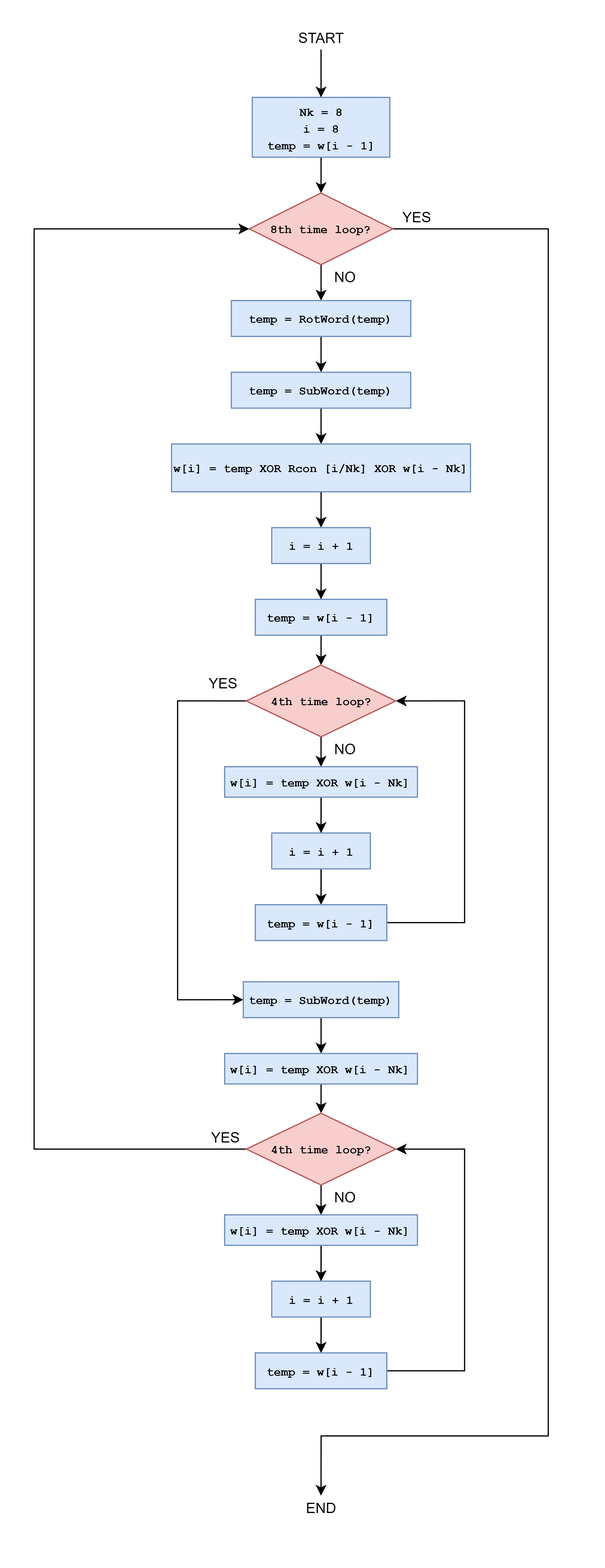
The draw.io diagram Diagrams/Key Expansion Algorithm.png in hohaicongthuan/Project-1, before a commit. Source tidied: cells renumbered, new cells last; positions are measured from the earlier drawing's top-left corner, leaving out a move shared by most shapes.
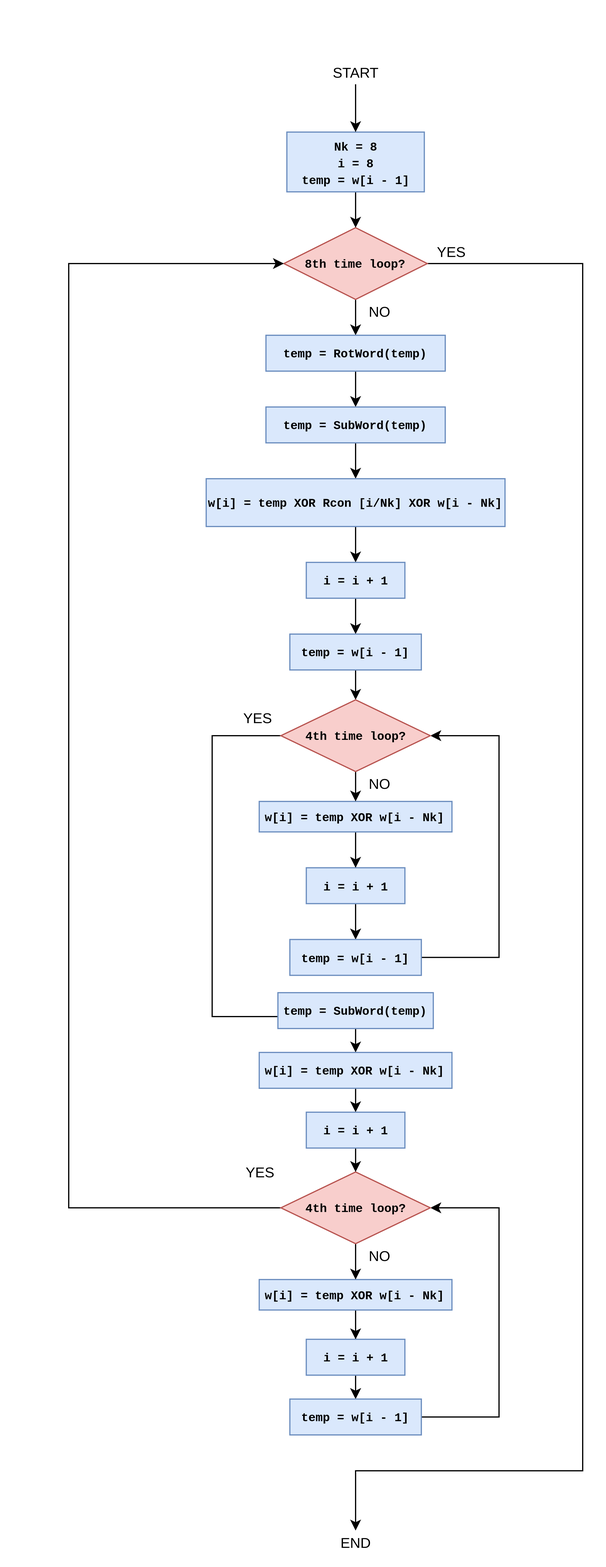
The same diagram one commit later.

What changed in the source:
```diff
@@ -87,7 +87,8 @@
       <mxGeometry relative="1" as="geometry">
         <Array as="points">
           <mxPoint x="120" y="565" />
-          <mxPoint x="120" y="815" />
+          <mxPoint x="120" y="800" />
+          <mxPoint x="177" y="800" />
         </Array>
       </mxGeometry>
     </mxCell>
@@ -98,13 +99,13 @@
       <mxGeometry relative="1" as="geometry" />
     </mxCell>
     <mxCell id="28" value="&lt;font style=&quot;font-size: 10px&quot; face=&quot;Courier New&quot;&gt;&lt;b&gt;temp = SubWord(temp)&lt;/b&gt;&lt;/font&gt;" style="rounded=0;whiteSpace=wrap;html=1;fillColor=#dae8fc;strokeColor=#6c8ebf;" parent="1" vertex="1">
-      <mxGeometry x="175" y="800" width="130" height="30" as="geometry" />
+      <mxGeometry x="175" y="780" width="130" height="30" as="geometry" />
     </mxCell>
-    <mxCell id="29" style="edgeStyle=orthogonalEdgeStyle;rounded=0;jettySize=auto;html=1;" parent="1" edge="1" source="30" target="40">
-      <mxGeometry relative="1" as="geometry" />
-    </mxCell>
+    <mxCell id="50" style="edgeStyle=orthogonalEdgeStyle;rounded=0;jettySize=auto;html=1;exitX=0.5;exitY=1;exitDx=0;exitDy=0;entryX=0.5;entryY=0;entryDx=0;entryDy=0;" parent="1" edge="1" source="30" target="52">
+      <mxGeometry relative="1" as="geometry" />
+    </mxCell>
     <mxCell id="30" value="&lt;font face=&quot;Courier New&quot; style=&quot;font-size: 10px&quot;&gt;&lt;b&gt;w[i] = temp XOR w[i - Nk]&lt;/b&gt;&lt;/font&gt;" style="whiteSpace=wrap;html=1;fillColor=#dae8fc;strokeColor=#6c8ebf;" parent="1" vertex="1">
-      <mxGeometry x="159.4" y="860" width="161.2" height="25.5" as="geometry" />
+      <mxGeometry x="159.4" y="830" width="161.2" height="30" as="geometry" />
     </mxCell>
     <mxCell id="31" style="edgeStyle=orthogonalEdgeStyle;rounded=0;jettySize=auto;html=1;" parent="1" edge="1" source="33" target="35">
       <mxGeometry relative="1" as="geometry" />
@@ -113,24 +114,24 @@
       <mxGeometry relative="1" as="geometry" />
     </mxCell>
     <mxCell id="33" value="&lt;font face=&quot;Courier New&quot; style=&quot;font-size: 10px&quot;&gt;&lt;b&gt;w[i] = temp XOR w[i - Nk]&lt;/b&gt;&lt;/font&gt;" style="whiteSpace=wrap;html=1;fillColor=#dae8fc;strokeColor=#6c8ebf;" parent="1" vertex="1">
-      <mxGeometry x="159.4" y="995" width="161.2" height="25.5" as="geometry" />
+      <mxGeometry x="159.4" y="1020" width="161.2" height="25.5" as="geometry" />
     </mxCell>
     <mxCell id="34" style="edgeStyle=orthogonalEdgeStyle;rounded=0;jettySize=auto;html=1;" parent="1" edge="1" source="35" target="37">
       <mxGeometry relative="1" as="geometry" />
     </mxCell>
     <mxCell id="35" value="&lt;font face=&quot;Courier New&quot; style=&quot;font-size: 10px&quot;&gt;&lt;b&gt;i = i + 1&lt;/b&gt;&lt;/font&gt;" style="whiteSpace=wrap;html=1;fillColor=#dae8fc;strokeColor=#6c8ebf;" parent="1" vertex="1">
-      <mxGeometry x="198.8" y="1050.5" width="82.5" height="30" as="geometry" />
+      <mxGeometry x="198.7" y="1070" width="82.5" height="30" as="geometry" />
     </mxCell>
     <mxCell id="36" style="edgeStyle=orthogonalEdgeStyle;rounded=0;jettySize=auto;html=1;exitX=1;exitY=0.5;exitDx=0;exitDy=0;entryX=1;entryY=0.5;entryDx=0;entryDy=0;" parent="1" edge="1" source="37" target="40">
       <mxGeometry relative="1" as="geometry">
         <Array as="points">
-          <mxPoint x="360" y="1126" />
-          <mxPoint x="360" y="940" />
+          <mxPoint x="360" y="1135" />
+          <mxPoint x="360" y="960" />
         </Array>
       </mxGeometry>
     </mxCell>
     <mxCell id="37" value="&lt;font face=&quot;Courier New&quot; style=&quot;font-size: 10px&quot;&gt;&lt;b&gt;temp = w[i - 1]&lt;/b&gt;&lt;/font&gt;" style="whiteSpace=wrap;html=1;fillColor=#dae8fc;strokeColor=#6c8ebf;" parent="1" vertex="1">
-      <mxGeometry x="185" y="1110.5" width="110" height="30" as="geometry" />
+      <mxGeometry x="185" y="1120" width="110" height="30" as="geometry" />
     </mxCell>
     <mxCell id="38" style="edgeStyle=orthogonalEdgeStyle;rounded=0;jettySize=auto;html=1;exitX=0.5;exitY=1;exitDx=0;exitDy=0;entryX=0.5;entryY=0;entryDx=0;entryDy=0;" parent="1" edge="1" source="40" target="33">
       <mxGeometry relative="1" as="geometry" />
@@ -138,13 +139,13 @@
     <mxCell id="39" style="edgeStyle=orthogonalEdgeStyle;rounded=0;jettySize=auto;html=1;exitX=0;exitY=0.5;exitDx=0;exitDy=0;entryX=0;entryY=0.5;entryDx=0;entryDy=0;" parent="1" edge="1" source="40" target="4">
       <mxGeometry relative="1" as="geometry">
         <Array as="points">
-          <mxPoint y="940" />
+          <mxPoint y="960" />
           <mxPoint y="170" />
         </Array>
       </mxGeometry>
     </mxCell>
     <mxCell id="40" value="&lt;font face=&quot;Courier New&quot; style=&quot;font-size: 10px&quot;&gt;&lt;b&gt;4th time loop?&lt;/b&gt;&lt;/font&gt;" style="rhombus;whiteSpace=wrap;html=1;fillColor=#f8cecc;strokeColor=#b85450;" parent="1" vertex="1">
-      <mxGeometry x="177.5" y="910" width="125" height="60" as="geometry" />
+      <mxGeometry x="177.5" y="930" width="125" height="60" as="geometry" />
     </mxCell>
     <mxCell id="41" value="NO" style="text;html=1;align=center;verticalAlign=middle;" parent="1" vertex="1">
       <mxGeometry x="245" y="200" width="30" height="20" as="geometry" />
@@ -164,7 +165,7 @@
       <mxGeometry x="220" y="1230" width="40" height="20" as="geometry" />
     </mxCell>
     <mxCell id="46" value="NO" style="text;html=1;align=center;verticalAlign=middle;" parent="1" vertex="1">
-      <mxGeometry x="245" y="970" width="30" height="20" as="geometry" />
+      <mxGeometry x="245" y="990" width="30" height="20" as="geometry" />
     </mxCell>
     <mxCell id="47" value="YES" style="text;html=1;align=center;verticalAlign=middle;" parent="1" vertex="1">
       <mxGeometry x="140" y="920" width="40" height="20" as="geometry" />
@@ -175,5 +176,11 @@
     <mxCell id="49" value="YES" style="text;html=1;align=center;verticalAlign=middle;" parent="1" vertex="1">
       <mxGeometry x="137.5" y="540" width="40" height="20" as="geometry" />
     </mxCell>
+    <mxCell id="51" style="edgeStyle=orthogonalEdgeStyle;rounded=0;jettySize=auto;html=1;exitX=0.5;exitY=1;exitDx=0;exitDy=0;entryX=0.5;entryY=0;entryDx=0;entryDy=0;" parent="1" edge="1" source="52" target="40">
+      <mxGeometry relative="1" as="geometry" />
+    </mxCell>
+    <mxCell id="52" value="&lt;font face=&quot;Courier New&quot; style=&quot;font-size: 10px&quot;&gt;&lt;b&gt;i = i + 1&lt;/b&gt;&lt;/font&gt;" style="whiteSpace=wrap;html=1;fillColor=#dae8fc;strokeColor=#6c8ebf;" parent="1" vertex="1">
+      <mxGeometry x="198.8" y="880" width="82.5" height="30" as="geometry" />
+    </mxCell>
   </root>
 </mxGraphModel>
```
